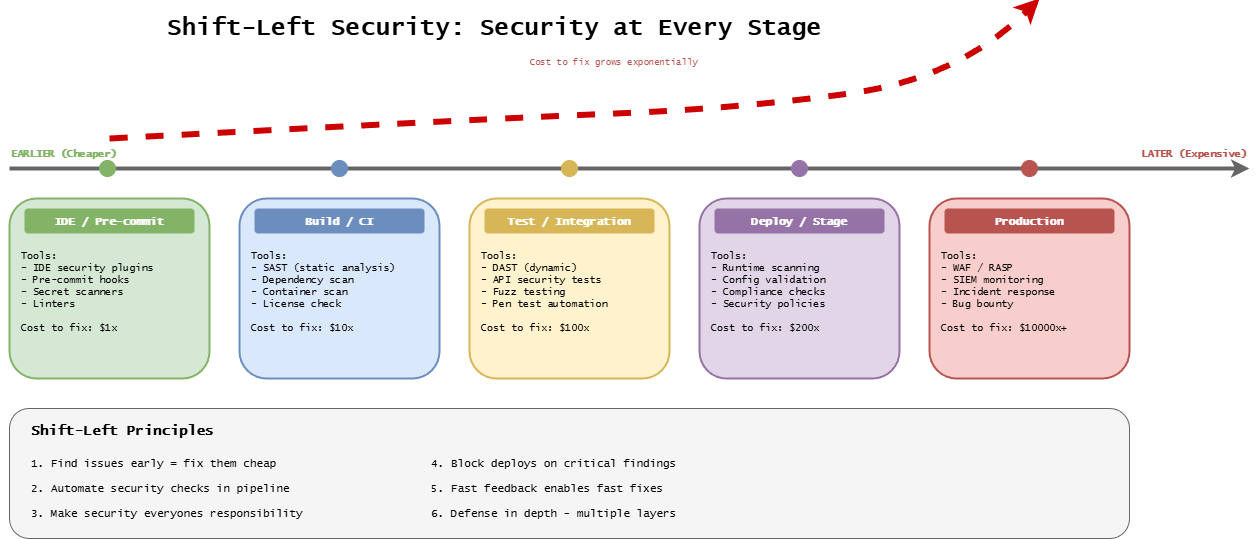
Above: docs/assets/assisted/14-shift-left-security.drawio.png in ready-to-release/eac (draw.io), before the change. Source tidied: cells renumbered, new cells last; positions are measured from the earlier drawing's top-left corner, leaving out a move shared by most shapes. Its diagram source:
```xml
<mxGraphModel background="#ffffff">
  <root>
    <mxCell id="0" />
    <mxCell id="1" parent="0" />
    <mxCell id="2" value="Shift-Left Security: Security at Every Stage" style="text;html=1;strokeColor=none;fillColor=none;align=center;verticalAlign=middle;whiteSpace=wrap;rounded=0;fontFamily=Lucida Console;fontStyle=1;fontSize=24;" parent="1" vertex="1">
      <mxGeometry x="50" y="10" width="870" height="40" as="geometry" />
    </mxCell>
    <mxCell id="3" style="endArrow=classic;html=1;strokeWidth=4;strokeColor=#666666;" parent="1" edge="1">
      <mxGeometry relative="1" as="geometry">
        <mxPoint y="170" as="sourcePoint" />
        <mxPoint x="1240" y="170" as="targetPoint" />
      </mxGeometry>
    </mxCell>
    <mxCell id="4" value="EARLIER (Cheaper)" style="text;html=1;strokeColor=none;fillColor=none;align=left;verticalAlign=middle;whiteSpace=wrap;rounded=0;fontFamily=Lucida Console;fontSize=10;fontColor=#82b366;fontStyle=1;" parent="1" vertex="1">
      <mxGeometry y="145" width="150" height="20" as="geometry" />
    </mxCell>
    <mxCell id="5" value="LATER (Expensive)" style="text;html=1;strokeColor=none;fillColor=none;align=right;verticalAlign=middle;whiteSpace=wrap;rounded=0;fontFamily=Lucida Console;fontSize=10;fontColor=#b85450;fontStyle=1;" parent="1" vertex="1">
      <mxGeometry x="1090" y="145" width="150" height="20" as="geometry" />
    </mxCell>
    <mxCell id="6" style="rounded=1;whiteSpace=wrap;html=1;fillColor=#d5e8d4;strokeColor=#82b366;strokeWidth=2;" parent="1" vertex="1">
      <mxGeometry y="200" width="200" height="180" as="geometry" />
    </mxCell>
    <mxCell id="7" value="IDE / Pre-commit" style="text;html=1;strokeColor=none;fillColor=#82b366;align=center;verticalAlign=middle;whiteSpace=wrap;rounded=1;fontFamily=Lucida Console;fontStyle=1;fontSize=11;fontColor=#ffffff;" parent="1" vertex="1">
      <mxGeometry x="15" y="210" width="170" height="25" as="geometry" />
    </mxCell>
    <mxCell id="8" value="Tools:&#10;- IDE security plugins&#10;- Pre-commit hooks&#10;- Secret scanners&#10;- Linters&#10;&#10;Cost to fix: $1x" style="text;html=1;strokeColor=none;fillColor=none;align=left;verticalAlign=top;whiteSpace=wrap;rounded=0;fontFamily=Lucida Console;fontSize=10;" parent="1" vertex="1">
      <mxGeometry x="10" y="245" width="180" height="125" as="geometry" />
    </mxCell>
    <mxCell id="9" style="ellipse;whiteSpace=wrap;html=1;fillColor=#82b366;strokeColor=#82b366;" parent="1" vertex="1">
      <mxGeometry x="90" y="162" width="16" height="16" as="geometry" />
    </mxCell>
    <mxCell id="10" style="rounded=1;whiteSpace=wrap;html=1;fillColor=#dae8fc;strokeColor=#6c8ebf;strokeWidth=2;" parent="1" vertex="1">
      <mxGeometry x="230" y="200" width="200" height="180" as="geometry" />
    </mxCell>
    <mxCell id="11" value="Build / CI" style="text;html=1;strokeColor=none;fillColor=#6c8ebf;align=center;verticalAlign=middle;whiteSpace=wrap;rounded=1;fontFamily=Lucida Console;fontStyle=1;fontSize=11;fontColor=#ffffff;" parent="1" vertex="1">
      <mxGeometry x="245" y="210" width="170" height="25" as="geometry" />
    </mxCell>
    <mxCell id="12" value="Tools:&#10;- SAST (static analysis)&#10;- Dependency scan&#10;- Container scan&#10;- License check&#10;&#10;Cost to fix: $10x" style="text;html=1;strokeColor=none;fillColor=none;align=left;verticalAlign=top;whiteSpace=wrap;rounded=0;fontFamily=Lucida Console;fontSize=10;" parent="1" vertex="1">
      <mxGeometry x="240" y="245" width="180" height="125" as="geometry" />
    </mxCell>
    <mxCell id="13" style="ellipse;whiteSpace=wrap;html=1;fillColor=#6c8ebf;strokeColor=#6c8ebf;" parent="1" vertex="1">
      <mxGeometry x="322" y="162" width="16" height="16" as="geometry" />
    </mxCell>
    <mxCell id="14" style="rounded=1;whiteSpace=wrap;html=1;fillColor=#fff2cc;strokeColor=#d6b656;strokeWidth=2;" parent="1" vertex="1">
      <mxGeometry x="460" y="200" width="200" height="180" as="geometry" />
    </mxCell>
    <mxCell id="15" value="Test / Integration" style="text;html=1;strokeColor=none;fillColor=#d6b656;align=center;verticalAlign=middle;whiteSpace=wrap;rounded=1;fontFamily=Lucida Console;fontStyle=1;fontSize=11;fontColor=#ffffff;" parent="1" vertex="1">
      <mxGeometry x="475" y="210" width="170" height="25" as="geometry" />
    </mxCell>
    <mxCell id="16" value="Tools:&#10;- DAST (dynamic)&#10;- API security tests&#10;- Fuzz testing&#10;- Pen test automation&#10;&#10;Cost to fix: $100x" style="text;html=1;strokeColor=none;fillColor=none;align=left;verticalAlign=top;whiteSpace=wrap;rounded=0;fontFamily=Lucida Console;fontSize=10;" parent="1" vertex="1">
      <mxGeometry x="470" y="245" width="180" height="125" as="geometry" />
    </mxCell>
    <mxCell id="17" style="ellipse;whiteSpace=wrap;html=1;fillColor=#d6b656;strokeColor=#d6b656;" parent="1" vertex="1">
      <mxGeometry x="552" y="162" width="16" height="16" as="geometry" />
    </mxCell>
    <mxCell id="18" style="rounded=1;whiteSpace=wrap;html=1;fillColor=#e1d5e7;strokeColor=#9673a6;strokeWidth=2;" parent="1" vertex="1">
      <mxGeometry x="690" y="200" width="200" height="180" as="geometry" />
    </mxCell>
    <mxCell id="19" value="Deploy / Stage" style="text;html=1;strokeColor=none;fillColor=#9673a6;align=center;verticalAlign=middle;whiteSpace=wrap;rounded=1;fontFamily=Lucida Console;fontStyle=1;fontSize=11;fontColor=#ffffff;" parent="1" vertex="1">
      <mxGeometry x="705" y="210" width="170" height="25" as="geometry" />
    </mxCell>
    <mxCell id="20" value="Tools:&lt;br&gt;- Runtime scanning&lt;br&gt;- Config validation&lt;br&gt;- Compliance checks&lt;br&gt;- Security policies&lt;br&gt;&lt;br&gt;Cost to fix: $200x" style="text;html=1;strokeColor=none;fillColor=none;align=left;verticalAlign=top;whiteSpace=wrap;rounded=0;fontFamily=Lucida Console;fontSize=10;" parent="1" vertex="1">
      <mxGeometry x="700" y="245" width="180" height="125" as="geometry" />
    </mxCell>
    <mxCell id="21" style="ellipse;whiteSpace=wrap;html=1;fillColor=#9673a6;strokeColor=#9673a6;" parent="1" vertex="1">
      <mxGeometry x="782" y="162" width="16" height="16" as="geometry" />
    </mxCell>
    <mxCell id="22" style="rounded=1;whiteSpace=wrap;html=1;fillColor=#f8cecc;strokeColor=#b85450;strokeWidth=2;" parent="1" vertex="1">
      <mxGeometry x="920" y="200" width="200" height="180" as="geometry" />
    </mxCell>
    <mxCell id="23" value="Production" style="text;html=1;strokeColor=none;fillColor=#b85450;align=center;verticalAlign=middle;whiteSpace=wrap;rounded=1;fontFamily=Lucida Console;fontStyle=1;fontSize=11;fontColor=#ffffff;" parent="1" vertex="1">
      <mxGeometry x="935" y="210" width="170" height="25" as="geometry" />
    </mxCell>
    <mxCell id="24" value="Tools:&lt;br&gt;- WAF / RASP&lt;br&gt;- SIEM monitoring&lt;br&gt;- Incident response&lt;br&gt;- Bug bounty&lt;br&gt;&lt;br&gt;Cost to fix: $10000x+" style="text;html=1;strokeColor=none;fillColor=none;align=left;verticalAlign=top;whiteSpace=wrap;rounded=0;fontFamily=Lucida Console;fontSize=10;" parent="1" vertex="1">
      <mxGeometry x="930" y="245" width="180" height="125" as="geometry" />
    </mxCell>
    <mxCell id="25" style="ellipse;whiteSpace=wrap;html=1;fillColor=#b85450;strokeColor=#b85450;" parent="1" vertex="1">
      <mxGeometry x="1012" y="162" width="16" height="16" as="geometry" />
    </mxCell>
    <mxCell id="26" style="curved=1;endArrow=classic;html=1;strokeWidth=6;strokeColor=#CC0000;dashed=1;endFill=0;fillColor=#f8cecc;" parent="1" edge="1">
      <mxGeometry relative="1" as="geometry">
        <mxPoint x="100" y="140" as="sourcePoint" />
        <mxPoint x="1030" as="targetPoint" />
        <Array as="points">
          <mxPoint x="482" y="120" />
          <mxPoint x="730" y="110" />
          <mxPoint x="950" y="80" />
        </Array>
      </mxGeometry>
    </mxCell>
    <mxCell id="27" value="Cost to fix grows exponentially" style="text;html=1;strokeColor=none;fillColor=none;align=center;verticalAlign=middle;whiteSpace=wrap;rounded=0;fontFamily=Lucida Console;fontSize=9;fontColor=#b85450;" parent="1" vertex="1">
      <mxGeometry x="480" y="55" width="250" height="20" as="geometry" />
    </mxCell>
    <mxCell id="28" style="rounded=1;whiteSpace=wrap;html=1;fillColor=#f5f5f5;strokeColor=#666666;strokeWidth=1;" parent="1" vertex="1">
      <mxGeometry y="410" width="1120" height="130" as="geometry" />
    </mxCell>
    <mxCell id="29" value="Shift-Left Principles" style="text;html=1;strokeColor=none;fillColor=none;align=left;verticalAlign=middle;whiteSpace=wrap;rounded=0;fontFamily=Lucida Console;fontStyle=1;fontSize=14;" parent="1" vertex="1">
      <mxGeometry x="20" y="420" width="250" height="25" as="geometry" />
    </mxCell>
    <mxCell id="30" value="1. Find issues early = fix them cheap" style="text;html=1;strokeColor=none;fillColor=none;align=left;verticalAlign=middle;whiteSpace=wrap;rounded=0;fontFamily=Lucida Console;fontSize=11;" parent="1" vertex="1">
      <mxGeometry x="20" y="455" width="350" height="20" as="geometry" />
    </mxCell>
    <mxCell id="31" value="2. Automate security checks in pipeline" style="text;html=1;strokeColor=none;fillColor=none;align=left;verticalAlign=middle;whiteSpace=wrap;rounded=0;fontFamily=Lucida Console;fontSize=11;" parent="1" vertex="1">
      <mxGeometry x="20" y="480" width="350" height="20" as="geometry" />
    </mxCell>
    <mxCell id="32" value="3. Make security everyones responsibility" style="text;html=1;strokeColor=none;fillColor=none;align=left;verticalAlign=middle;whiteSpace=wrap;rounded=0;fontFamily=Lucida Console;fontSize=11;" parent="1" vertex="1">
      <mxGeometry x="20" y="505" width="350" height="20" as="geometry" />
    </mxCell>
    <mxCell id="33" value="4. Block deploys on critical findings" style="text;html=1;strokeColor=none;fillColor=none;align=left;verticalAlign=middle;whiteSpace=wrap;rounded=0;fontFamily=Lucida Console;fontSize=11;" parent="1" vertex="1">
      <mxGeometry x="420" y="455" width="350" height="20" as="geometry" />
    </mxCell>
    <mxCell id="34" value="5. Fast feedback enables fast fixes" style="text;html=1;strokeColor=none;fillColor=none;align=left;verticalAlign=middle;whiteSpace=wrap;rounded=0;fontFamily=Lucida Console;fontSize=11;" parent="1" vertex="1">
      <mxGeometry x="420" y="480" width="350" height="20" as="geometry" />
    </mxCell>
    <mxCell id="35" value="6. Defense in depth - multiple layers" style="text;html=1;strokeColor=none;fillColor=none;align=left;verticalAlign=middle;whiteSpace=wrap;rounded=0;fontFamily=Lucida Console;fontSize=11;" parent="1" vertex="1">
      <mxGeometry x="420" y="505" width="350" height="20" as="geometry" />
    </mxCell>
  </root>
</mxGraphModel>
```
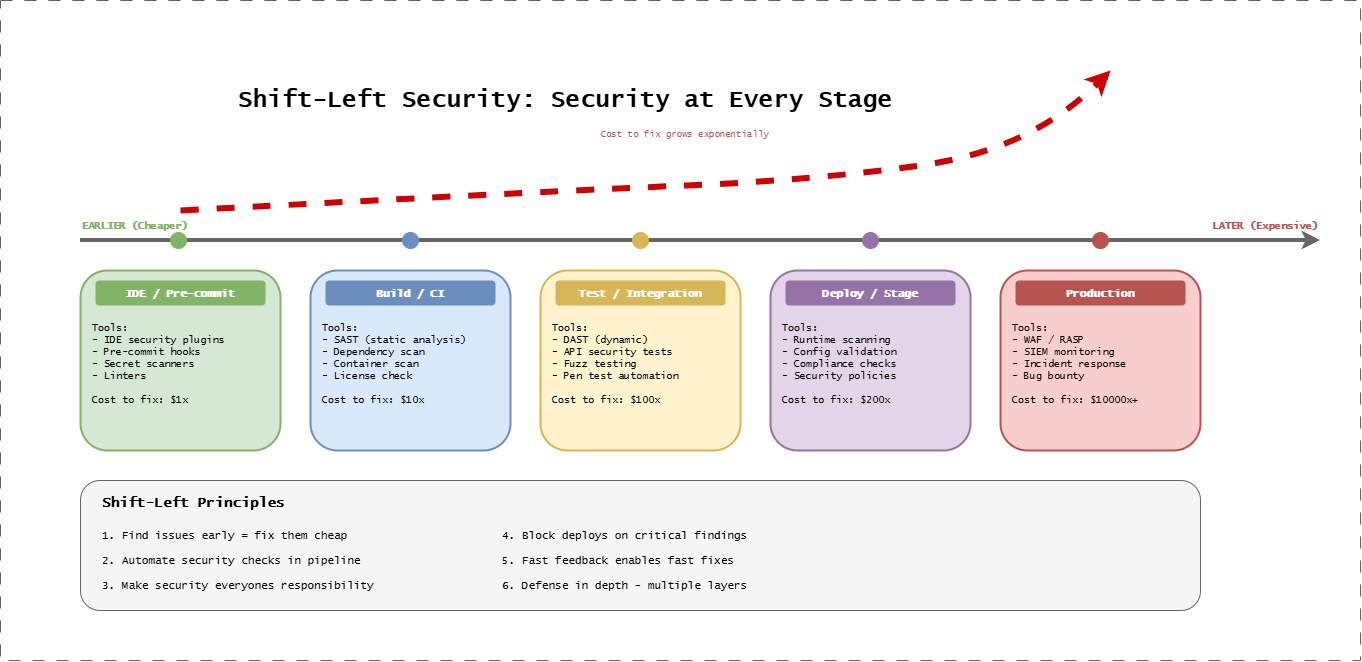
After the commit.

Diff of the diagram source:
```diff
@@ -115,5 +115,8 @@
     <mxCell id="35" value="6. Defense in depth - multiple layers" style="text;html=1;strokeColor=none;fillColor=none;align=left;verticalAlign=middle;whiteSpace=wrap;rounded=0;fontFamily=Lucida Console;fontSize=11;" parent="1" vertex="1">
       <mxGeometry x="420" y="505" width="350" height="20" as="geometry" />
     </mxCell>
+    <mxCell id="36" style="group;strokeColor=#616161;dashed=1;dashPattern=12 12;fontFamily=Lucida Console;fontSize=19;fontStyle=1;" parent="1" vertex="1">
+      <mxGeometry x="-80" y="-70" width="1360" height="660" as="geometry" />
+    </mxCell>
   </root>
 </mxGraphModel>
```
